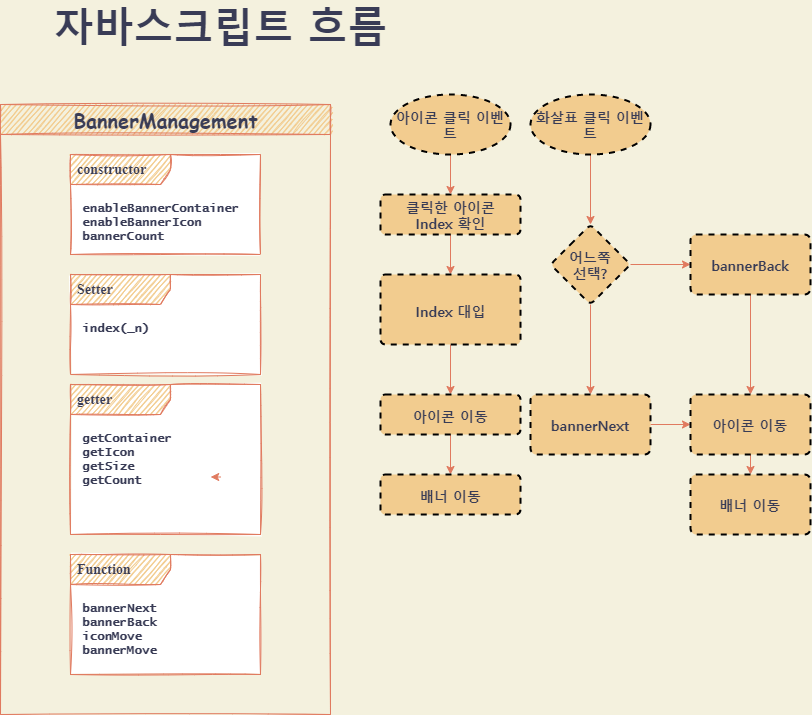
The draw.io diagram drawio/script.png in HyoJuns/Teamproject-academy-Grazie, before a commit. Source tidied: cells renumbered, new cells last; positions are measured from the earlier drawing's top-left corner, leaving out a move shared by most shapes.
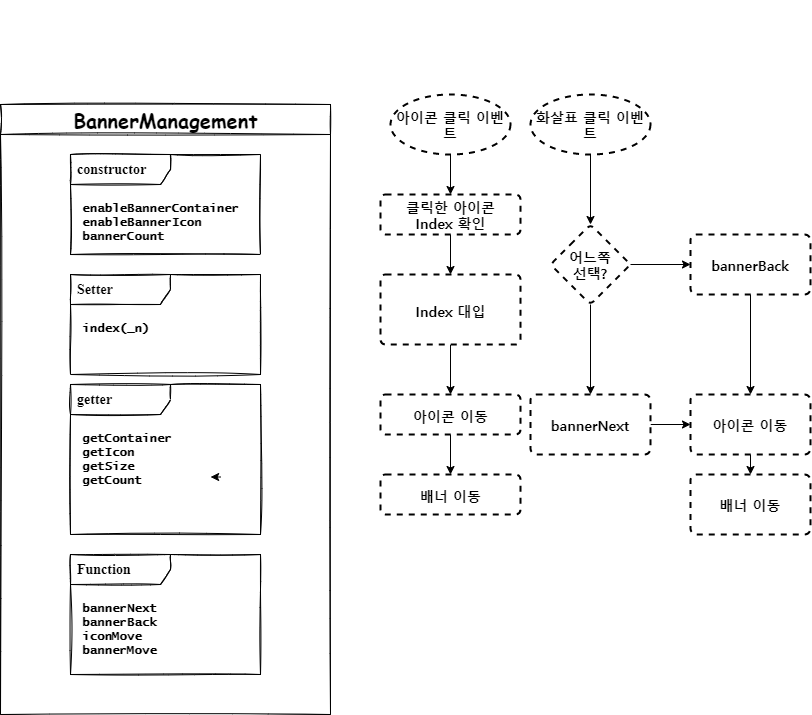
After the commit.

What changed in the source:
```diff
@@ -1,111 +1,111 @@
-<mxGraphModel background="#F4F1DE">
+<mxGraphModel>
   <root>
     <mxCell id="0" />
     <mxCell id="1" parent="0" />
-    <mxCell id="2" value="BannerManagement" style="swimlane;fontStyle=1;align=center;horizontal=1;startSize=30;html=1;sketch=1;fillColor=#F2CC8F;strokeColor=#E07A5F;fontColor=#393C56;fontFamily=Comic Sans MS;fontSize=20;" parent="1" vertex="1">
+    <mxCell id="2" value="BannerManagement" style="swimlane;fontStyle=1;align=center;horizontal=1;startSize=30;html=1;sketch=1;fontFamily=Comic Sans MS;fontSize=20;" parent="1" vertex="1">
       <mxGeometry y="100" width="330" height="610" as="geometry" />
     </mxCell>
-    <mxCell id="3" value="&lt;span style=&quot;font-size: 14px&quot;&gt;constructor&lt;/span&gt;" style="shape=umlFrame;tabPosition=left;html=1;boundedLbl=1;labelInHeader=1;width=100;height=30;swimlaneFillColor=#ffffff;align=left;spacingLeft=5;sketch=1;fillColor=#F2CC8F;strokeColor=#E07A5F;fontColor=#393C56;fontStyle=1;fontFamily=Times New Roman;" parent="2" vertex="1">
+    <mxCell id="3" value="&lt;span style=&quot;font-size: 14px&quot;&gt;constructor&lt;/span&gt;" style="shape=umlFrame;tabPosition=left;html=1;boundedLbl=1;labelInHeader=1;width=100;height=30;swimlaneFillColor=#ffffff;align=left;spacingLeft=5;sketch=1;fontStyle=1;fontFamily=Times New Roman;" parent="2" vertex="1">
       <mxGeometry width="190" height="100" relative="1" as="geometry">
         <mxPoint x="70" y="50" as="offset" />
       </mxGeometry>
     </mxCell>
-    <mxCell id="4" value="enableBannerContainer&#10;enableBannerIcon&#10;bannerCount" style="text;align=left;sketch=1;fontColor=#393C56;fontStyle=1;fontFamily=Lucida Console;" parent="3" vertex="1">
+    <mxCell id="4" value="enableBannerContainer&#10;enableBannerIcon&#10;bannerCount" style="text;align=left;sketch=1;fontStyle=1;fontFamily=Lucida Console;" parent="3" vertex="1">
       <mxGeometry width="140" height="20" relative="1" as="geometry">
         <mxPoint x="10" y="40" as="offset" />
       </mxGeometry>
     </mxCell>
-    <mxCell id="5" value="&lt;span style=&quot;font-size: 14px&quot;&gt;getter&lt;/span&gt;" style="shape=umlFrame;tabPosition=left;html=1;boundedLbl=1;labelInHeader=1;width=100;height=30;swimlaneFillColor=#ffffff;align=left;spacingLeft=5;sketch=1;fillColor=#F2CC8F;strokeColor=#E07A5F;fontColor=#393C56;fontStyle=1;fontFamily=Times New Roman;" parent="2" vertex="1">
+    <mxCell id="5" value="&lt;span style=&quot;font-size: 14px&quot;&gt;getter&lt;/span&gt;" style="shape=umlFrame;tabPosition=left;html=1;boundedLbl=1;labelInHeader=1;width=100;height=30;swimlaneFillColor=#ffffff;align=left;spacingLeft=5;sketch=1;fontStyle=1;fontFamily=Times New Roman;" parent="2" vertex="1">
       <mxGeometry x="70" y="280" width="190" height="150" as="geometry" />
     </mxCell>
-    <mxCell id="6" value="getContainer&#10;getIcon&#10;getSize&#10;getCount" style="text;align=left;sketch=1;fontColor=#393C56;fontStyle=1;fontFamily=Lucida Console;" parent="5" vertex="1">
+    <mxCell id="6" value="getContainer&#10;getIcon&#10;getSize&#10;getCount" style="text;align=left;sketch=1;fontStyle=1;fontFamily=Lucida Console;" parent="5" vertex="1">
       <mxGeometry width="140" height="70" relative="1" as="geometry">
         <mxPoint x="10" y="40" as="offset" />
       </mxGeometry>
     </mxCell>
-    <mxCell id="7" style="edgeStyle=orthogonalEdgeStyle;curved=0;rounded=1;sketch=0;orthogonalLoop=1;jettySize=auto;html=1;exitX=1;exitY=0.75;exitDx=0;exitDy=0;entryX=0.929;entryY=0.749;entryDx=0;entryDy=0;entryPerimeter=0;fontFamily=Noto Sans KR;fontSource=https%3A%2F%2Ffonts.googleapis.com%2Fcss%3Ffamily%3DNoto%2BSans%2BKR;fontSize=14;fontColor=#393C56;strokeColor=#E07A5F;fillColor=#F2CC8F;" parent="5" edge="1" source="6" target="6">
+    <mxCell id="7" style="edgeStyle=orthogonalEdgeStyle;curved=0;rounded=1;sketch=0;orthogonalLoop=1;jettySize=auto;html=1;exitX=1;exitY=0.75;exitDx=0;exitDy=0;entryX=0.929;entryY=0.749;entryDx=0;entryDy=0;entryPerimeter=0;fontFamily=Noto Sans KR;fontSource=https%3A%2F%2Ffonts.googleapis.com%2Fcss%3Ffamily%3DNoto%2BSans%2BKR;fontSize=14;" parent="5" edge="1" source="6" target="6">
       <mxGeometry relative="1" as="geometry" />
     </mxCell>
-    <mxCell id="8" value="&lt;span style=&quot;font-size: 14px&quot;&gt;Function&lt;/span&gt;" style="shape=umlFrame;tabPosition=left;html=1;boundedLbl=1;labelInHeader=1;width=100;height=30;swimlaneFillColor=#ffffff;align=left;spacingLeft=5;sketch=1;fillColor=#F2CC8F;strokeColor=#E07A5F;fontColor=#393C56;fontStyle=1;fontFamily=Times New Roman;" parent="2" vertex="1">
+    <mxCell id="8" value="&lt;span style=&quot;font-size: 14px&quot;&gt;Function&lt;/span&gt;" style="shape=umlFrame;tabPosition=left;html=1;boundedLbl=1;labelInHeader=1;width=100;height=30;swimlaneFillColor=#ffffff;align=left;spacingLeft=5;sketch=1;fontStyle=1;fontFamily=Times New Roman;" parent="2" vertex="1">
       <mxGeometry x="70" y="450" width="190" height="120" as="geometry" />
     </mxCell>
-    <mxCell id="9" value="bannerNext&#10;bannerBack&#10;iconMove&#10;bannerMove" style="text;align=left;sketch=1;fontColor=#393C56;fontStyle=1;fontFamily=Lucida Console;" parent="8" vertex="1">
+    <mxCell id="9" value="bannerNext&#10;bannerBack&#10;iconMove&#10;bannerMove" style="text;align=left;sketch=1;fontStyle=1;fontFamily=Lucida Console;" parent="8" vertex="1">
       <mxGeometry width="140" height="70" relative="1" as="geometry">
         <mxPoint x="10" y="40" as="offset" />
       </mxGeometry>
     </mxCell>
-    <mxCell id="10" value="&lt;span style=&quot;font-size: 14px&quot;&gt;Setter&lt;/span&gt;" style="shape=umlFrame;tabPosition=left;html=1;boundedLbl=1;labelInHeader=1;width=100;height=30;swimlaneFillColor=#ffffff;align=left;spacingLeft=5;sketch=1;fillColor=#F2CC8F;strokeColor=#E07A5F;fontColor=#393C56;fontStyle=1;fontFamily=Times New Roman;" parent="2" vertex="1">
+    <mxCell id="10" value="&lt;span style=&quot;font-size: 14px&quot;&gt;Setter&lt;/span&gt;" style="shape=umlFrame;tabPosition=left;html=1;boundedLbl=1;labelInHeader=1;width=100;height=30;swimlaneFillColor=#ffffff;align=left;spacingLeft=5;sketch=1;fontStyle=1;fontFamily=Times New Roman;" parent="2" vertex="1">
       <mxGeometry x="70" y="170" width="190" height="100" as="geometry" />
     </mxCell>
-    <mxCell id="11" value="index(_n)" style="text;align=left;sketch=1;fontColor=#393C56;fontStyle=1;fontFamily=Lucida Console;" parent="10" vertex="1">
+    <mxCell id="11" value="index(_n)" style="text;align=left;sketch=1;fontStyle=1;fontFamily=Lucida Console;" parent="10" vertex="1">
       <mxGeometry width="140" height="20" relative="1" as="geometry">
         <mxPoint x="10" y="40" as="offset" />
       </mxGeometry>
     </mxCell>
-    <mxCell id="12" style="edgeStyle=orthogonalEdgeStyle;curved=0;rounded=1;sketch=0;jettySize=auto;html=1;fontFamily=Tahoma;fontSize=14;fontColor=#393C56;strokeColor=#E07A5F;fillColor=#F2CC8F;" parent="1" edge="1" source="13" target="17">
+    <mxCell id="12" style="edgeStyle=orthogonalEdgeStyle;curved=0;rounded=1;sketch=0;jettySize=auto;html=1;fontFamily=Tahoma;fontSize=14;" parent="1" edge="1" source="13" target="17">
       <mxGeometry relative="1" as="geometry" />
     </mxCell>
-    <mxCell id="13" value="클릭한 아이콘&lt;br&gt;Index 확인" style="html=1;align=center;verticalAlign=middle;rounded=1;absoluteArcSize=1;arcSize=10;dashed=1;sketch=0;fontFamily=Noto Sans KR;fontSize=14;fontColor=#393C56;strokeWidth=2;fillColor=#F2CC8F;fontStyle=1;fontSource=https%3A%2F%2Ffonts.googleapis.com%2Fcss%3Ffamily%3DNoto%2BSans%2BKR;" parent="1" vertex="1">
+    <mxCell id="13" value="클릭한 아이콘&lt;br&gt;Index 확인" style="html=1;align=center;verticalAlign=middle;rounded=1;absoluteArcSize=1;arcSize=10;dashed=1;sketch=0;fontFamily=Noto Sans KR;fontSize=14;strokeWidth=2;fontStyle=1;fontSource=https%3A%2F%2Ffonts.googleapis.com%2Fcss%3Ffamily%3DNoto%2BSans%2BKR;" parent="1" vertex="1">
       <mxGeometry x="380" y="190" width="140" height="40" as="geometry" />
     </mxCell>
-    <mxCell id="14" style="edgeStyle=orthogonalEdgeStyle;curved=0;rounded=1;sketch=0;jettySize=auto;html=1;exitX=0.5;exitY=1;exitDx=0;exitDy=0;entryX=0.5;entryY=0;entryDx=0;entryDy=0;fontFamily=Tahoma;fontSize=14;fontColor=#393C56;strokeColor=#E07A5F;fillColor=#F2CC8F;" parent="1" edge="1" source="15" target="13">
+    <mxCell id="14" style="edgeStyle=orthogonalEdgeStyle;curved=0;rounded=1;sketch=0;jettySize=auto;html=1;exitX=0.5;exitY=1;exitDx=0;exitDy=0;entryX=0.5;entryY=0;entryDx=0;entryDy=0;fontFamily=Tahoma;fontSize=14;" parent="1" edge="1" source="15" target="13">
       <mxGeometry relative="1" as="geometry" />
     </mxCell>
-    <mxCell id="15" value="아이콘 클릭 이벤트" style="ellipse;whiteSpace=wrap;html=1;rounded=1;dashed=1;fontFamily=Noto Sans KR;fontSource=https%3A%2F%2Ffonts.googleapis.com%2Fcss%3Ffamily%3DNoto%2BSans%2BKR;fontSize=14;fontColor=#393C56;fontStyle=1;strokeWidth=2;fillColor=#F2CC8F;arcSize=10;sketch=0;" parent="1" vertex="1">
+    <mxCell id="15" value="아이콘 클릭 이벤트" style="ellipse;whiteSpace=wrap;html=1;rounded=1;dashed=1;fontFamily=Noto Sans KR;fontSource=https%3A%2F%2Ffonts.googleapis.com%2Fcss%3Ffamily%3DNoto%2BSans%2BKR;fontSize=14;fontStyle=1;strokeWidth=2;arcSize=10;sketch=0;" parent="1" vertex="1">
       <mxGeometry x="390" y="90" width="120" height="60" as="geometry" />
     </mxCell>
-    <mxCell id="16" style="edgeStyle=orthogonalEdgeStyle;curved=0;rounded=1;sketch=0;jettySize=auto;html=1;fontFamily=Tahoma;fontSize=14;fontColor=#393C56;strokeColor=#E07A5F;fillColor=#F2CC8F;" parent="1" edge="1" source="17" target="19">
+    <mxCell id="16" style="edgeStyle=orthogonalEdgeStyle;curved=0;rounded=1;sketch=0;jettySize=auto;html=1;fontFamily=Tahoma;fontSize=14;" parent="1" edge="1" source="17" target="19">
       <mxGeometry relative="1" as="geometry" />
     </mxCell>
-    <mxCell id="17" value="Index 대입" style="html=1;align=center;verticalAlign=middle;rounded=1;absoluteArcSize=1;arcSize=10;dashed=1;sketch=0;fontFamily=Noto Sans KR;fontSize=14;fontColor=#393C56;strokeWidth=2;fillColor=#F2CC8F;fontStyle=1;fontSource=https%3A%2F%2Ffonts.googleapis.com%2Fcss%3Ffamily%3DNoto%2BSans%2BKR;spacingTop=2;" parent="1" vertex="1">
+    <mxCell id="17" value="Index 대입" style="html=1;align=center;verticalAlign=middle;rounded=1;absoluteArcSize=1;arcSize=10;dashed=1;sketch=0;fontFamily=Noto Sans KR;fontSize=14;strokeWidth=2;fontStyle=1;fontSource=https%3A%2F%2Ffonts.googleapis.com%2Fcss%3Ffamily%3DNoto%2BSans%2BKR;spacingTop=2;" parent="1" vertex="1">
       <mxGeometry x="380" y="270" width="140" height="70" as="geometry" />
     </mxCell>
-    <mxCell id="18" style="edgeStyle=orthogonalEdgeStyle;curved=0;rounded=1;sketch=0;jettySize=auto;html=1;fontFamily=Noto Sans KR;fontSource=https%3A%2F%2Ffonts.googleapis.com%2Fcss%3Ffamily%3DNoto%2BSans%2BKR;fontSize=14;fontColor=#393C56;strokeColor=#E07A5F;fillColor=#F2CC8F;" parent="1" edge="1" source="19" target="20">
+    <mxCell id="18" style="edgeStyle=orthogonalEdgeStyle;curved=0;rounded=1;sketch=0;jettySize=auto;html=1;fontFamily=Noto Sans KR;fontSource=https%3A%2F%2Ffonts.googleapis.com%2Fcss%3Ffamily%3DNoto%2BSans%2BKR;fontSize=14;" parent="1" edge="1" source="19" target="20">
       <mxGeometry relative="1" as="geometry" />
     </mxCell>
-    <mxCell id="19" value="아이콘 이동" style="html=1;align=center;verticalAlign=middle;rounded=1;absoluteArcSize=1;arcSize=10;dashed=1;sketch=0;fontFamily=Noto Sans KR;fontSize=14;fontColor=#393C56;strokeWidth=2;fillColor=#F2CC8F;fontStyle=1;fontSource=https%3A%2F%2Ffonts.googleapis.com%2Fcss%3Ffamily%3DNoto%2BSans%2BKR;spacingTop=2;" parent="1" vertex="1">
+    <mxCell id="19" value="아이콘 이동" style="html=1;align=center;verticalAlign=middle;rounded=1;absoluteArcSize=1;arcSize=10;dashed=1;sketch=0;fontFamily=Noto Sans KR;fontSize=14;strokeWidth=2;fontStyle=1;fontSource=https%3A%2F%2Ffonts.googleapis.com%2Fcss%3Ffamily%3DNoto%2BSans%2BKR;spacingTop=2;" parent="1" vertex="1">
       <mxGeometry x="380" y="390" width="140" height="40" as="geometry" />
     </mxCell>
-    <mxCell id="20" value="배너 이동" style="html=1;align=center;verticalAlign=middle;rounded=1;absoluteArcSize=1;arcSize=10;dashed=1;sketch=0;fontFamily=Noto Sans KR;fontSize=14;fontColor=#393C56;strokeWidth=2;fillColor=#F2CC8F;fontStyle=1;fontSource=https%3A%2F%2Ffonts.googleapis.com%2Fcss%3Ffamily%3DNoto%2BSans%2BKR;spacingTop=2;" parent="1" vertex="1">
+    <mxCell id="20" value="배너 이동" style="html=1;align=center;verticalAlign=middle;rounded=1;absoluteArcSize=1;arcSize=10;dashed=1;sketch=0;fontFamily=Noto Sans KR;fontSize=14;strokeWidth=2;fontStyle=1;fontSource=https%3A%2F%2Ffonts.googleapis.com%2Fcss%3Ffamily%3DNoto%2BSans%2BKR;spacingTop=2;" parent="1" vertex="1">
       <mxGeometry x="380" y="470" width="140" height="40" as="geometry" />
     </mxCell>
-    <mxCell id="21" style="edgeStyle=orthogonalEdgeStyle;curved=0;rounded=1;sketch=0;jettySize=auto;html=1;fontFamily=Noto Sans KR;fontSource=https%3A%2F%2Ffonts.googleapis.com%2Fcss%3Ffamily%3DNoto%2BSans%2BKR;fontSize=14;fontColor=#393C56;strokeColor=#E07A5F;fillColor=#F2CC8F;" parent="1" edge="1" source="22" target="25">
+    <mxCell id="21" style="edgeStyle=orthogonalEdgeStyle;curved=0;rounded=1;sketch=0;jettySize=auto;html=1;fontFamily=Noto Sans KR;fontSource=https%3A%2F%2Ffonts.googleapis.com%2Fcss%3Ffamily%3DNoto%2BSans%2BKR;fontSize=14;" parent="1" edge="1" source="22" target="25">
       <mxGeometry relative="1" as="geometry" />
     </mxCell>
-    <mxCell id="22" value="화살표 클릭 이벤트" style="ellipse;whiteSpace=wrap;html=1;rounded=1;dashed=1;fontFamily=Noto Sans KR;fontSource=https%3A%2F%2Ffonts.googleapis.com%2Fcss%3Ffamily%3DNoto%2BSans%2BKR;fontSize=14;fontColor=#393C56;fontStyle=1;strokeWidth=2;fillColor=#F2CC8F;arcSize=10;sketch=0;" parent="1" vertex="1">
+    <mxCell id="22" value="화살표 클릭 이벤트" style="ellipse;whiteSpace=wrap;html=1;rounded=1;dashed=1;fontFamily=Noto Sans KR;fontSource=https%3A%2F%2Ffonts.googleapis.com%2Fcss%3Ffamily%3DNoto%2BSans%2BKR;fontSize=14;fontStyle=1;strokeWidth=2;arcSize=10;sketch=0;" parent="1" vertex="1">
       <mxGeometry x="530" y="90" width="120" height="60" as="geometry" />
     </mxCell>
-    <mxCell id="23" style="edgeStyle=orthogonalEdgeStyle;curved=0;rounded=1;sketch=0;jettySize=auto;html=1;fontFamily=Noto Sans KR;fontSource=https%3A%2F%2Ffonts.googleapis.com%2Fcss%3Ffamily%3DNoto%2BSans%2BKR;fontSize=14;fontColor=#393C56;strokeColor=#E07A5F;fillColor=#F2CC8F;" parent="1" edge="1" source="25" target="27">
+    <mxCell id="23" style="edgeStyle=orthogonalEdgeStyle;curved=0;rounded=1;sketch=0;jettySize=auto;html=1;fontFamily=Noto Sans KR;fontSource=https%3A%2F%2Ffonts.googleapis.com%2Fcss%3Ffamily%3DNoto%2BSans%2BKR;fontSize=14;" parent="1" edge="1" source="25" target="27">
       <mxGeometry relative="1" as="geometry" />
     </mxCell>
-    <mxCell id="24" style="edgeStyle=orthogonalEdgeStyle;curved=0;rounded=1;sketch=0;jettySize=auto;html=1;fontFamily=Noto Sans KR;fontSource=https%3A%2F%2Ffonts.googleapis.com%2Fcss%3Ffamily%3DNoto%2BSans%2BKR;fontSize=14;fontColor=#393C56;strokeColor=#E07A5F;fillColor=#F2CC8F;" parent="1" edge="1" source="25" target="29">
+    <mxCell id="24" style="edgeStyle=orthogonalEdgeStyle;curved=0;rounded=1;sketch=0;jettySize=auto;html=1;fontFamily=Noto Sans KR;fontSource=https%3A%2F%2Ffonts.googleapis.com%2Fcss%3Ffamily%3DNoto%2BSans%2BKR;fontSize=14;" parent="1" edge="1" source="25" target="29">
       <mxGeometry relative="1" as="geometry" />
     </mxCell>
-    <mxCell id="25" value="어느쪽&lt;br&gt;선택?" style="rhombus;whiteSpace=wrap;html=1;rounded=1;dashed=1;fontFamily=Noto Sans KR;fontSource=https%3A%2F%2Ffonts.googleapis.com%2Fcss%3Ffamily%3DNoto%2BSans%2BKR;fontSize=14;fontColor=#393C56;fontStyle=1;strokeWidth=2;fillColor=#F2CC8F;arcSize=10;sketch=0;" parent="1" vertex="1">
+    <mxCell id="25" value="어느쪽&lt;br&gt;선택?" style="rhombus;whiteSpace=wrap;html=1;rounded=1;dashed=1;fontFamily=Noto Sans KR;fontSource=https%3A%2F%2Ffonts.googleapis.com%2Fcss%3Ffamily%3DNoto%2BSans%2BKR;fontSize=14;fontStyle=1;strokeWidth=2;arcSize=10;sketch=0;" parent="1" vertex="1">
       <mxGeometry x="550" y="220" width="80" height="80" as="geometry" />
     </mxCell>
-    <mxCell id="26" style="edgeStyle=orthogonalEdgeStyle;curved=0;rounded=1;sketch=0;jettySize=auto;html=1;exitX=0.5;exitY=1;exitDx=0;exitDy=0;fontFamily=Noto Sans KR;fontSource=https%3A%2F%2Ffonts.googleapis.com%2Fcss%3Ffamily%3DNoto%2BSans%2BKR;fontSize=14;fontColor=#393C56;strokeColor=#E07A5F;fillColor=#F2CC8F;entryX=0.5;entryY=0;entryDx=0;entryDy=0;" parent="1" edge="1" source="27" target="31">
+    <mxCell id="26" style="edgeStyle=orthogonalEdgeStyle;curved=0;rounded=1;sketch=0;jettySize=auto;html=1;exitX=0.5;exitY=1;exitDx=0;exitDy=0;fontFamily=Noto Sans KR;fontSource=https%3A%2F%2Ffonts.googleapis.com%2Fcss%3Ffamily%3DNoto%2BSans%2BKR;fontSize=14;entryX=0.5;entryY=0;entryDx=0;entryDy=0;" parent="1" edge="1" source="27" target="31">
       <mxGeometry relative="1" as="geometry" />
     </mxCell>
-    <mxCell id="27" value="bannerBack" style="whiteSpace=wrap;html=1;rounded=1;dashed=1;fontFamily=Noto Sans KR;fontSource=https%3A%2F%2Ffonts.googleapis.com%2Fcss%3Ffamily%3DNoto%2BSans%2BKR;fontSize=14;fontColor=#393C56;fontStyle=1;strokeWidth=2;fillColor=#F2CC8F;arcSize=10;sketch=0;" parent="1" vertex="1">
+    <mxCell id="27" value="bannerBack" style="whiteSpace=wrap;html=1;rounded=1;dashed=1;fontFamily=Noto Sans KR;fontSource=https%3A%2F%2Ffonts.googleapis.com%2Fcss%3Ffamily%3DNoto%2BSans%2BKR;fontSize=14;fontStyle=1;strokeWidth=2;arcSize=10;sketch=0;" parent="1" vertex="1">
       <mxGeometry x="690" y="230" width="120" height="60" as="geometry" />
     </mxCell>
-    <mxCell id="28" style="edgeStyle=orthogonalEdgeStyle;curved=0;rounded=1;sketch=0;jettySize=auto;html=1;fontFamily=Noto Sans KR;fontSource=https%3A%2F%2Ffonts.googleapis.com%2Fcss%3Ffamily%3DNoto%2BSans%2BKR;fontSize=14;fontColor=#393C56;strokeColor=#E07A5F;fillColor=#F2CC8F;" parent="1" edge="1" source="29" target="31">
+    <mxCell id="28" style="edgeStyle=orthogonalEdgeStyle;curved=0;rounded=1;sketch=0;jettySize=auto;html=1;fontFamily=Noto Sans KR;fontSource=https%3A%2F%2Ffonts.googleapis.com%2Fcss%3Ffamily%3DNoto%2BSans%2BKR;fontSize=14;" parent="1" edge="1" source="29" target="31">
       <mxGeometry relative="1" as="geometry" />
     </mxCell>
-    <mxCell id="29" value="bannerNext" style="whiteSpace=wrap;html=1;rounded=1;dashed=1;fontFamily=Noto Sans KR;fontSource=https%3A%2F%2Ffonts.googleapis.com%2Fcss%3Ffamily%3DNoto%2BSans%2BKR;fontSize=14;fontColor=#393C56;fontStyle=1;strokeWidth=2;fillColor=#F2CC8F;arcSize=10;sketch=0;" parent="1" vertex="1">
+    <mxCell id="29" value="bannerNext" style="whiteSpace=wrap;html=1;rounded=1;dashed=1;fontFamily=Noto Sans KR;fontSource=https%3A%2F%2Ffonts.googleapis.com%2Fcss%3Ffamily%3DNoto%2BSans%2BKR;fontSize=14;fontStyle=1;strokeWidth=2;arcSize=10;sketch=0;" parent="1" vertex="1">
       <mxGeometry x="530" y="390" width="120" height="60" as="geometry" />
     </mxCell>
-    <mxCell id="30" style="edgeStyle=orthogonalEdgeStyle;curved=0;rounded=1;sketch=0;jettySize=auto;html=1;fontFamily=Noto Sans KR;fontSource=https%3A%2F%2Ffonts.googleapis.com%2Fcss%3Ffamily%3DNoto%2BSans%2BKR;fontSize=14;fontColor=#393C56;strokeColor=#E07A5F;fillColor=#F2CC8F;" parent="1" edge="1" source="31" target="32">
+    <mxCell id="30" style="edgeStyle=orthogonalEdgeStyle;curved=0;rounded=1;sketch=0;jettySize=auto;html=1;fontFamily=Noto Sans KR;fontSource=https%3A%2F%2Ffonts.googleapis.com%2Fcss%3Ffamily%3DNoto%2BSans%2BKR;fontSize=14;" parent="1" edge="1" source="31" target="32">
       <mxGeometry relative="1" as="geometry" />
     </mxCell>
-    <mxCell id="31" value="아이콘 이동" style="whiteSpace=wrap;html=1;rounded=1;dashed=1;fontFamily=Noto Sans KR;fontSource=https%3A%2F%2Ffonts.googleapis.com%2Fcss%3Ffamily%3DNoto%2BSans%2BKR;fontSize=14;fontColor=#393C56;fontStyle=1;strokeWidth=2;fillColor=#F2CC8F;arcSize=10;sketch=0;" parent="1" vertex="1">
+    <mxCell id="31" value="아이콘 이동" style="whiteSpace=wrap;html=1;rounded=1;dashed=1;fontFamily=Noto Sans KR;fontSource=https%3A%2F%2Ffonts.googleapis.com%2Fcss%3Ffamily%3DNoto%2BSans%2BKR;fontSize=14;fontStyle=1;strokeWidth=2;arcSize=10;sketch=0;" parent="1" vertex="1">
       <mxGeometry x="690" y="390" width="120" height="60" as="geometry" />
     </mxCell>
-    <mxCell id="32" value="배너 이동" style="whiteSpace=wrap;html=1;rounded=1;dashed=1;fontFamily=Noto Sans KR;fontSource=https%3A%2F%2Ffonts.googleapis.com%2Fcss%3Ffamily%3DNoto%2BSans%2BKR;fontSize=14;fontColor=#393C56;fontStyle=1;strokeWidth=2;fillColor=#F2CC8F;arcSize=10;sketch=0;" parent="1" vertex="1">
+    <mxCell id="32" value="배너 이동" style="whiteSpace=wrap;html=1;rounded=1;dashed=1;fontFamily=Noto Sans KR;fontSource=https%3A%2F%2Ffonts.googleapis.com%2Fcss%3Ffamily%3DNoto%2BSans%2BKR;fontSize=14;fontStyle=1;strokeWidth=2;arcSize=10;sketch=0;" parent="1" vertex="1">
       <mxGeometry x="690" y="470" width="120" height="60" as="geometry" />
     </mxCell>
-    <mxCell id="33" value="자바스크립트 흐름" style="text;strokeColor=none;fillColor=none;html=1;fontSize=40;fontStyle=1;verticalAlign=middle;align=center;rounded=1;dashed=1;sketch=0;fontFamily=Noto Sans KR;fontSource=https%3A%2F%2Ffonts.googleapis.com%2Fcss%3Ffamily%3DNoto%2BSans%2BKR;fontColor=#393C56;" parent="1" vertex="1">
+    <mxCell id="33" value="자바스크립트 흐름" style="text;strokeColor=none;fillColor=none;html=1;fontSize=40;fontStyle=1;verticalAlign=middle;align=center;rounded=1;dashed=1;sketch=0;fontFamily=Noto Sans KR;fontSource=https%3A%2F%2Ffonts.googleapis.com%2Fcss%3Ffamily%3DNoto%2BSans%2BKR;fontColor=#FFFFFF;" parent="1" vertex="1">
       <mxGeometry x="130" width="180" height="40" as="geometry" />
     </mxCell>
   </root>
```
